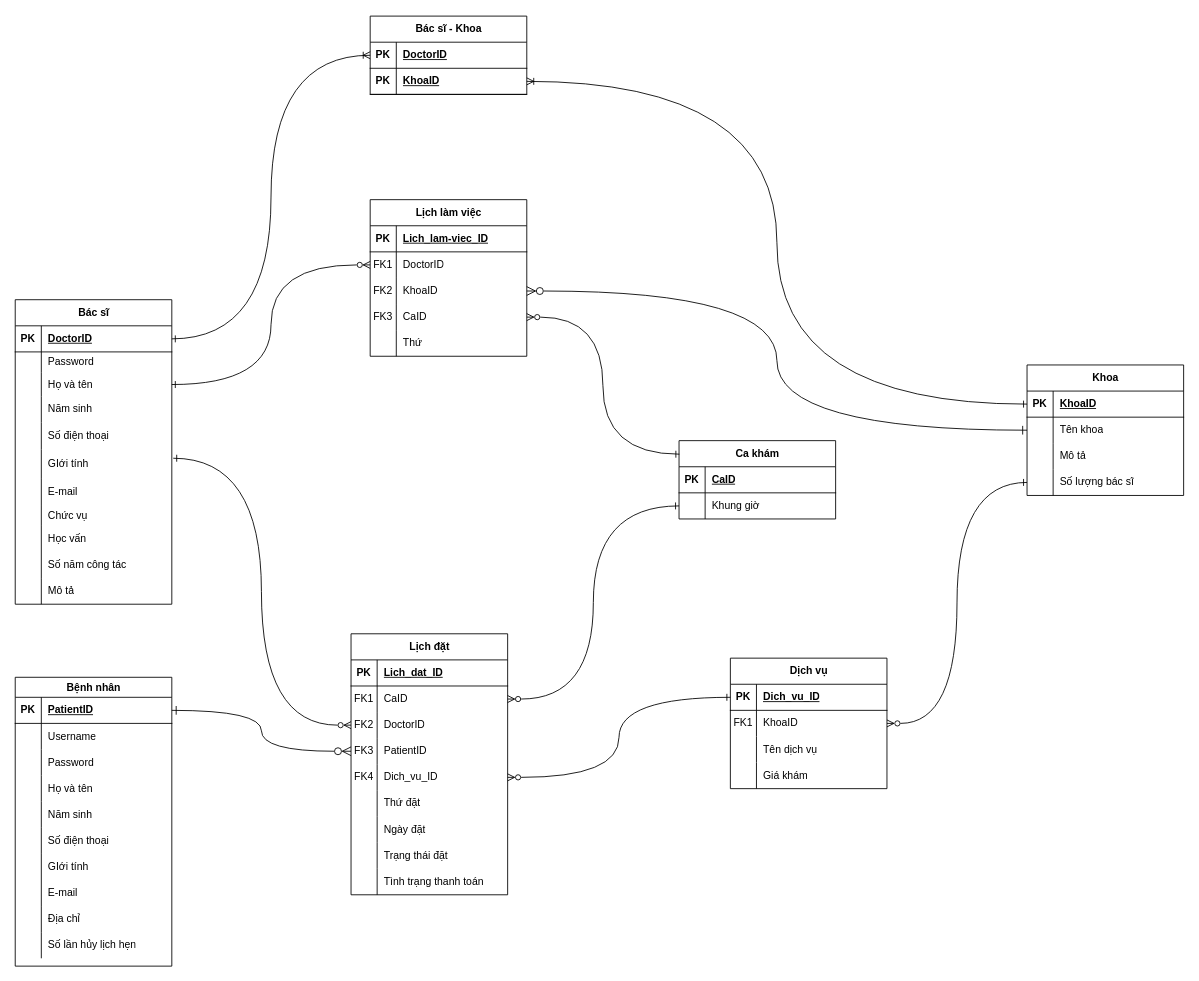
Before: Biểu đồ không có tiêu đề.drawio in ktoan911/Medical_scheduling_Web, a draw.io diagram. Source tidied: cells renumbered, new cells numbered last; positions are measured from the earlier drawing's top-left corner, leaving out a move shared by most shapes. Both pictures are drawn from the tidied source at 87%, with x=0, y=0 at pixel (15, 16).
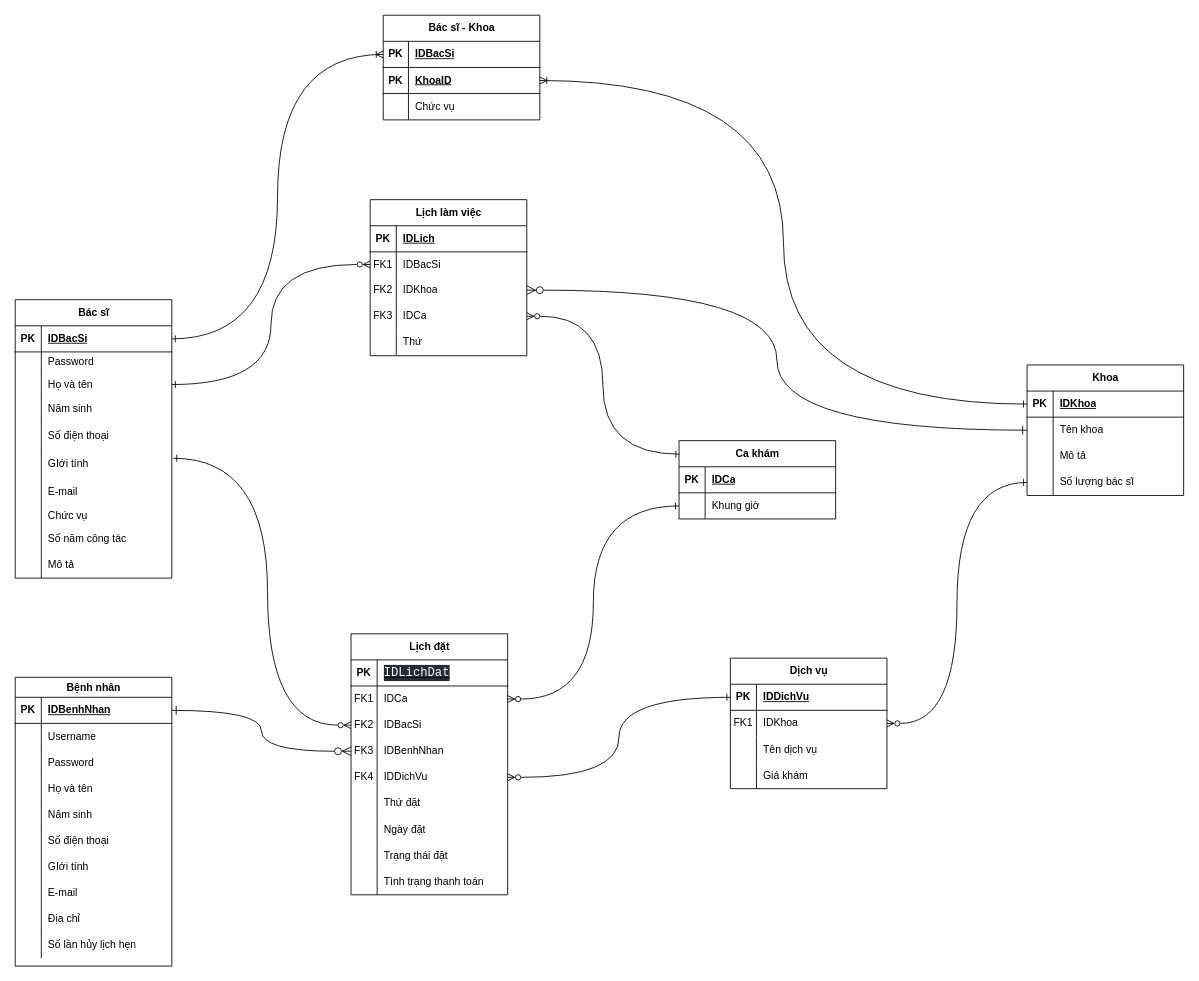
The same diagram, later.

Unchanged cells that the change refers to:
```xml
<mxCell id="3" style="shape=tableRow;horizontal=0;startSize=0;swimlaneHead=0;swimlaneBody=0;fillColor=none;points=[[0,0.5],[1,0.5]];portConstraint=eastwest;top=0;left=0;right=0;bottom=1;" parent="2" vertex="1">
  <mxGeometry y="30" width="180" height="30" as="geometry" />
</mxCell>
<mxCell id="18" style="shape=tableRow;horizontal=0;startSize=0;swimlaneHead=0;swimlaneBody=0;fillColor=none;points=[[0,0.5],[1,0.5]];portConstraint=eastwest;top=0;left=0;right=0;bottom=0;" parent="2" vertex="1">
  <mxGeometry y="172" width="180" height="34" as="geometry" />
</mxCell>
<mxCell id="37" style="shape=tableRow;horizontal=0;startSize=0;swimlaneHead=0;swimlaneBody=0;fillColor=none;points=[[0,0.5],[1,0.5]];portConstraint=eastwest;top=0;left=0;right=0;bottom=1;" parent="36" vertex="1">
  <mxGeometry y="23" width="180" height="30" as="geometry" />
</mxCell>
<mxCell id="68" style="shape=tableRow;horizontal=0;startSize=0;swimlaneHead=0;swimlaneBody=0;fillColor=none;top=0;left=0;right=0;bottom=1;" parent="67" vertex="1">
  <mxGeometry y="30" width="180" height="30" as="geometry" />
</mxCell>
<mxCell id="75" style="shape=tableRow;horizontal=0;startSize=0;swimlaneHead=0;swimlaneBody=0;fillColor=none;top=0;left=0;right=0;bottom=1;" parent="74" vertex="1">
  <mxGeometry y="30" width="180" height="30" as="geometry" />
</mxCell>
<mxCell id="91" style="shape=tableRow;horizontal=0;startSize=0;swimlaneHead=0;swimlaneBody=0;fillColor=none;top=0;left=0;right=0;bottom=1;" parent="90" vertex="1">
  <mxGeometry y="30" width="180" height="30" as="geometry" />
</mxCell>
<mxCell id="94" style="shape=tableRow;horizontal=0;startSize=0;swimlaneHead=0;swimlaneBody=0;fillColor=none;points=[[0,0.5],[1,0.5]];portConstraint=eastwest;top=0;left=0;right=0;bottom=0;" parent="90" vertex="1">
  <mxGeometry y="60" width="180" height="30" as="geometry" />
</mxCell>
<mxCell id="97" style="shape=tableRow;horizontal=0;startSize=0;swimlaneHead=0;swimlaneBody=0;fillColor=none;points=[[0,0.5],[1,0.5]];portConstraint=eastwest;top=0;left=0;right=0;bottom=0;" parent="90" vertex="1">
  <mxGeometry y="90" width="180" height="30" as="geometry" />
</mxCell>
<mxCell id="100" style="shape=tableRow;horizontal=0;startSize=0;swimlaneHead=0;swimlaneBody=0;fillColor=none;points=[[0,0.5],[1,0.5]];portConstraint=eastwest;top=0;left=0;right=0;bottom=0;" parent="90" vertex="1">
  <mxGeometry y="120" width="180" height="30" as="geometry" />
</mxCell>
<mxCell id="103" style="shape=tableRow;horizontal=0;startSize=0;swimlaneHead=0;swimlaneBody=0;fillColor=none;points=[[0,0.5],[1,0.5]];portConstraint=eastwest;top=0;left=0;right=0;bottom=0;" parent="90" vertex="1">
  <mxGeometry y="150" width="180" height="30" as="geometry" />
</mxCell>
<mxCell id="119" style="shape=tableRow;horizontal=0;startSize=0;swimlaneHead=0;swimlaneBody=0;fillColor=none;points=[[0,0.5],[1,0.5]];portConstraint=eastwest;top=0;left=0;right=0;bottom=1;" parent="118" vertex="1">
  <mxGeometry y="30" width="180" height="30" as="geometry" />
</mxCell>
<mxCell id="122" style="shape=tableRow;horizontal=0;startSize=0;swimlaneHead=0;swimlaneBody=0;fillColor=none;points=[[0,0.5],[1,0.5]];portConstraint=eastwest;top=0;left=0;right=0;bottom=0;" parent="118" vertex="1">
  <mxGeometry y="60" width="180" height="30" as="geometry" />
</mxCell>
<mxCell id="132" style="shape=tableRow;horizontal=0;startSize=0;swimlaneHead=0;swimlaneBody=0;fillColor=none;points=[[0,0.5],[1,0.5]];portConstraint=eastwest;top=0;left=0;right=0;bottom=1;" parent="131" vertex="1">
  <mxGeometry y="30" width="180" height="30" as="geometry" />
</mxCell>
```

Change to the diagram source:
```diff
@@
     <mxCell id="2" value="Bác sĩ" style="shape=table;startSize=30;childLayout=tableLayout;rowLines=0;fontStyle=1;align=center;html=1;" parent="1" vertex="1">
-      <mxGeometry y="326" width="180" height="350" as="geometry" />
+      <mxGeometry y="326" width="180" height="320" as="geometry" />
     </mxCell>
@@
-    <mxCell id="5" value="DoctorID" style="shape=partialRectangle;fillColor=none;top=0;left=0;bottom=0;right=0;align=left;spacingLeft=6;fontStyle=5;overflow=hidden;whiteSpace=wrap;html=1;" parent="3" vertex="1">
+    <mxCell id="5" value="IDBacSi" style="shape=partialRectangle;fillColor=none;top=0;left=0;bottom=0;right=0;align=left;spacingLeft=6;fontStyle=5;overflow=hidden;whiteSpace=wrap;html=1;" parent="3" vertex="1">
       <mxGeometry x="30" width="150" height="30" as="geometry" />
     </mxCell>
@@
-    <mxCell id="27" style="shape=tableRow;horizontal=0;startSize=0;swimlaneHead=0;swimlaneBody=0;fillColor=none;top=0;left=0;right=0;bottom=0;" parent="2" vertex="1">
-      <mxGeometry y="260" width="180" height="30" as="geometry" />
-    </mxCell>
-    <mxCell id="28" style="shape=partialRectangle;fillColor=none;top=0;left=0;bottom=0;right=0;overflow=hidden;whiteSpace=wrap;html=1;" parent="27" vertex="1">
-      <mxGeometry width="30" height="30" as="geometry" />
-    </mxCell>
-    <mxCell id="29" value="Học vấn" style="shape=partialRectangle;fillColor=none;top=0;left=0;bottom=0;right=0;align=left;spacingLeft=6;overflow=hidden;whiteSpace=wrap;html=1;" parent="27" vertex="1">
-      <mxGeometry x="30" width="150" height="30" as="geometry" />
-    </mxCell>
     <mxCell id="30" style="shape=tableRow;horizontal=0;startSize=0;swimlaneHead=0;swimlaneBody=0;fillColor=none;top=0;left=0;right=0;bottom=0;" parent="2" vertex="1">
-      <mxGeometry y="290" width="180" height="30" as="geometry" />
+      <mxGeometry y="260" width="180" height="30" as="geometry" />
     </mxCell>
@@
     <mxCell id="33" style="shape=tableRow;horizontal=0;startSize=0;swimlaneHead=0;swimlaneBody=0;fillColor=none;top=0;left=0;right=0;bottom=0;" parent="2" vertex="1">
-      <mxGeometry y="320" width="180" height="30" as="geometry" />
+      <mxGeometry y="290" width="180" height="30" as="geometry" />
     </mxCell>
@@
-    <mxCell id="39" value="PatientID" style="shape=partialRectangle;fillColor=none;top=0;left=0;bottom=0;right=0;align=left;spacingLeft=6;fontStyle=5;overflow=hidden;whiteSpace=wrap;html=1;" parent="37" vertex="1">
+    <mxCell id="39" value="IDBenhNhan" style="shape=partialRectangle;fillColor=none;top=0;left=0;bottom=0;right=0;align=left;spacingLeft=6;fontStyle=5;overflow=hidden;whiteSpace=wrap;html=1;" parent="37" vertex="1">
       <mxGeometry x="30" width="150" height="30" as="geometry" />
     </mxCell>
@@
-    <mxCell id="70" value="CaID" style="shape=partialRectangle;fillColor=none;top=0;left=0;bottom=0;right=0;align=left;spacingLeft=6;fontStyle=5;overflow=hidden;whiteSpace=wrap;html=1;" parent="68" vertex="1">
+    <mxCell id="70" value="IDCa" style="shape=partialRectangle;fillColor=none;top=0;left=0;bottom=0;right=0;align=left;spacingLeft=6;fontStyle=5;overflow=hidden;whiteSpace=wrap;html=1;" parent="68" vertex="1">
       <mxGeometry x="30" width="150" height="30" as="geometry" />
     </mxCell>
@@
     <mxCell id="74" value="Lịch làm việc" style="shape=table;startSize=30;childLayout=tableLayout;rowLines=0;fontStyle=1;align=center;html=1;" parent="1" vertex="1">
-      <mxGeometry x="408" y="211" width="180" height="180" as="geometry" />
+      <mxGeometry x="408" y="211" width="180" height="179.4" as="geometry" />
     </mxCell>
@@
-    <mxCell id="77" value="Lich_lam-viec_ID" style="shape=partialRectangle;fillColor=none;top=0;left=0;bottom=0;right=0;align=left;spacingLeft=6;fontStyle=5;overflow=hidden;whiteSpace=wrap;html=1;" parent="75" vertex="1">
+    <mxCell id="77" value="IDLich" style="shape=partialRectangle;fillColor=none;top=0;left=0;bottom=0;right=0;align=left;spacingLeft=6;fontStyle=5;overflow=hidden;whiteSpace=wrap;html=1;" parent="75" vertex="1">
       <mxGeometry x="30" width="150" height="30" as="geometry" />
     </mxCell>
     <mxCell id="78" style="shape=tableRow;horizontal=0;startSize=0;swimlaneHead=0;swimlaneBody=0;fillColor=none;points=[[0,0.5],[1,0.5]];portConstraint=eastwest;top=0;left=0;right=0;bottom=0;" parent="74" vertex="1">
-      <mxGeometry y="60" width="180" height="30" as="geometry" />
+      <mxGeometry y="60" width="180" height="29" as="geometry" />
     </mxCell>
     <mxCell id="79" value="FK1" style="shape=partialRectangle;fillColor=none;top=0;left=0;bottom=0;right=0;overflow=hidden;whiteSpace=wrap;html=1;" parent="78" vertex="1">
-      <mxGeometry width="30" height="30" as="geometry" />
+      <mxGeometry width="30" height="29" as="geometry" />
     </mxCell>
-    <mxCell id="80" value="DoctorID" style="shape=partialRectangle;fillColor=none;top=0;left=0;bottom=0;right=0;align=left;spacingLeft=6;overflow=hidden;whiteSpace=wrap;html=1;" parent="78" vertex="1">
-      <mxGeometry x="30" width="150" height="30" as="geometry" />
+    <mxCell id="80" value="IDBacSi" style="shape=partialRectangle;fillColor=none;top=0;left=0;bottom=0;right=0;align=left;spacingLeft=6;overflow=hidden;whiteSpace=wrap;html=1;" parent="78" vertex="1">
+      <mxGeometry x="30" width="150" height="29" as="geometry" />
     </mxCell>
     <mxCell id="81" style="shape=tableRow;horizontal=0;startSize=0;swimlaneHead=0;swimlaneBody=0;fillColor=none;points=[[0,0.5],[1,0.5]];portConstraint=eastwest;top=0;left=0;right=0;bottom=0;" parent="74" vertex="1">
-      <mxGeometry y="90" width="180" height="30" as="geometry" />
+      <mxGeometry y="89" width="180" height="30" as="geometry" />
     </mxCell>
@@
-    <mxCell id="83" value="KhoaID" style="shape=partialRectangle;fillColor=none;top=0;left=0;bottom=0;right=0;align=left;spacingLeft=6;overflow=hidden;whiteSpace=wrap;html=1;" parent="81" vertex="1">
+    <mxCell id="83" value="IDKhoa" style="shape=partialRectangle;fillColor=none;top=0;left=0;bottom=0;right=0;align=left;spacingLeft=6;overflow=hidden;whiteSpace=wrap;html=1;" parent="81" vertex="1">
       <mxGeometry x="30" width="150" height="30" as="geometry" />
     </mxCell>
     <mxCell id="84" style="shape=tableRow;horizontal=0;startSize=0;swimlaneHead=0;swimlaneBody=0;fillColor=none;points=[[0,0.5],[1,0.5]];portConstraint=eastwest;top=0;left=0;right=0;bottom=0;" parent="74" vertex="1">
-      <mxGeometry y="120" width="180" height="30" as="geometry" />
+      <mxGeometry y="119" width="180" height="30" as="geometry" />
     </mxCell>
@@
-    <mxCell id="86" value="CaID" style="shape=partialRectangle;fillColor=none;top=0;left=0;bottom=0;right=0;align=left;spacingLeft=6;overflow=hidden;whiteSpace=wrap;html=1;" parent="84" vertex="1">
+    <mxCell id="86" value="IDCa" style="shape=partialRectangle;fillColor=none;top=0;left=0;bottom=0;right=0;align=left;spacingLeft=6;overflow=hidden;whiteSpace=wrap;html=1;" parent="84" vertex="1">
       <mxGeometry x="30" width="150" height="30" as="geometry" />
     </mxCell>
     <mxCell id="87" style="shape=tableRow;horizontal=0;startSize=0;swimlaneHead=0;swimlaneBody=0;fillColor=none;top=0;left=0;right=0;bottom=0;" parent="74" vertex="1">
-      <mxGeometry y="150" width="180" height="30" as="geometry" />
+      <mxGeometry y="149" width="180" height="30" as="geometry" />
     </mxCell>
@@
-    <mxCell id="93" value="Lich_dat_ID" style="shape=partialRectangle;fillColor=none;top=0;left=0;bottom=0;right=0;align=left;spacingLeft=6;fontStyle=5;overflow=hidden;whiteSpace=wrap;html=1;" parent="91" vertex="1">
+    <mxCell id="93" value="&lt;div style=&quot;color: rgb(248, 248, 242); background-color: rgb(40, 42, 54); font-family: Consolas, &amp;quot;Courier New&amp;quot;, monospace; font-weight: normal; font-size: 14px; line-height: 19px;&quot;&gt;IDLichDat&lt;/div&gt;" style="shape=partialRectangle;fillColor=none;top=0;left=0;bottom=0;right=0;align=left;spacingLeft=6;fontStyle=5;overflow=hidden;whiteSpace=wrap;html=1;" parent="91" vertex="1">
       <mxGeometry x="30" width="150" height="30" as="geometry" />
     </mxCell>
@@
-    <mxCell id="96" value="CaID" style="shape=partialRectangle;fillColor=none;top=0;left=0;bottom=0;right=0;align=left;spacingLeft=6;overflow=hidden;whiteSpace=wrap;html=1;" parent="94" vertex="1">
+    <mxCell id="96" value="IDCa" style="shape=partialRectangle;fillColor=none;top=0;left=0;bottom=0;right=0;align=left;spacingLeft=6;overflow=hidden;whiteSpace=wrap;html=1;" parent="94" vertex="1">
       <mxGeometry x="30" width="150" height="30" as="geometry" />
     </mxCell>
@@
-    <mxCell id="99" value="DoctorID" style="shape=partialRectangle;fillColor=none;top=0;left=0;bottom=0;right=0;align=left;spacingLeft=6;overflow=hidden;whiteSpace=wrap;html=1;" parent="97" vertex="1">
+    <mxCell id="99" value="IDBacSi" style="shape=partialRectangle;fillColor=none;top=0;left=0;bottom=0;right=0;align=left;spacingLeft=6;overflow=hidden;whiteSpace=wrap;html=1;" parent="97" vertex="1">
       <mxGeometry x="30" width="150" height="30" as="geometry" />
     </mxCell>
@@
-    <mxCell id="102" value="PatientID" style="shape=partialRectangle;fillColor=none;top=0;left=0;bottom=0;right=0;align=left;spacingLeft=6;overflow=hidden;whiteSpace=wrap;html=1;" parent="100" vertex="1">
+    <mxCell id="102" value="IDBenhNhan" style="shape=partialRectangle;fillColor=none;top=0;left=0;bottom=0;right=0;align=left;spacingLeft=6;overflow=hidden;whiteSpace=wrap;html=1;" parent="100" vertex="1">
       <mxGeometry x="30" width="150" height="30" as="geometry" />
     </mxCell>
@@
-    <mxCell id="105" value="Dich_vu_ID" style="shape=partialRectangle;fillColor=none;top=0;left=0;bottom=0;right=0;align=left;spacingLeft=6;overflow=hidden;whiteSpace=wrap;html=1;" parent="103" vertex="1">
+    <mxCell id="105" value="IDDichVu" style="shape=partialRectangle;fillColor=none;top=0;left=0;bottom=0;right=0;align=left;spacingLeft=6;overflow=hidden;whiteSpace=wrap;html=1;" parent="103" vertex="1">
       <mxGeometry x="30" width="150" height="30" as="geometry" />
     </mxCell>
@@
-    <mxCell id="121" value="Dich_vu_ID" style="shape=partialRectangle;fillColor=none;top=0;left=0;bottom=0;right=0;align=left;spacingLeft=6;fontStyle=5;overflow=hidden;whiteSpace=wrap;html=1;" parent="119" vertex="1">
+    <mxCell id="121" value="IDDichVu" style="shape=partialRectangle;fillColor=none;top=0;left=0;bottom=0;right=0;align=left;spacingLeft=6;fontStyle=5;overflow=hidden;whiteSpace=wrap;html=1;" parent="119" vertex="1">
       <mxGeometry x="30" width="150" height="30" as="geometry" />
     </mxCell>
@@
-    <mxCell id="124" value="KhoaID" style="shape=partialRectangle;fillColor=none;top=0;left=0;bottom=0;right=0;align=left;spacingLeft=6;overflow=hidden;whiteSpace=wrap;html=1;" parent="122" vertex="1">
+    <mxCell id="124" value="IDKhoa" style="shape=partialRectangle;fillColor=none;top=0;left=0;bottom=0;right=0;align=left;spacingLeft=6;overflow=hidden;whiteSpace=wrap;html=1;" parent="122" vertex="1">
       <mxGeometry x="30" width="150" height="30" as="geometry" />
     </mxCell>
@@
-    <mxCell id="134" value="KhoaID" style="shape=partialRectangle;fillColor=none;top=0;left=0;bottom=0;right=0;align=left;spacingLeft=6;fontStyle=5;overflow=hidden;whiteSpace=wrap;html=1;" parent="132" vertex="1">
+    <mxCell id="134" value="IDKhoa" style="shape=partialRectangle;fillColor=none;top=0;left=0;bottom=0;right=0;align=left;spacingLeft=6;fontStyle=5;overflow=hidden;whiteSpace=wrap;html=1;" parent="132" vertex="1">
       <mxGeometry x="30" width="150" height="30" as="geometry" />
     </mxCell>
@@
-    <mxCell id="144" value="Bác sĩ - Khoa" style="shape=table;startSize=30;childLayout=tableLayout;rowLines=0;fontStyle=1;align=center;html=1;" parent="1" vertex="1">
-      <mxGeometry x="408" width="180" height="90" as="geometry" />
-    </mxCell>
-    <mxCell id="145" style="shape=tableRow;horizontal=0;startSize=0;swimlaneHead=0;swimlaneBody=0;fillColor=none;points=[[0,0.5],[1,0.5]];portConstraint=eastwest;top=0;left=0;right=0;bottom=1;" parent="144" vertex="1">
-      <mxGeometry y="30" width="180" height="30" as="geometry" />
-    </mxCell>
-    <mxCell id="146" value="PK" style="shape=partialRectangle;fillColor=none;top=0;left=0;bottom=0;right=0;fontStyle=1;overflow=hidden;whiteSpace=wrap;html=1;" parent="145" vertex="1">
-      <mxGeometry width="30" height="30" as="geometry" />
-    </mxCell>
-    <mxCell id="147" value="DoctorID" style="shape=partialRectangle;fillColor=none;top=0;left=0;bottom=0;right=0;align=left;spacingLeft=6;fontStyle=5;overflow=hidden;whiteSpace=wrap;html=1;" parent="145" vertex="1">
-      <mxGeometry x="30" width="150" height="30" as="geometry" />
-    </mxCell>
-    <mxCell id="148" style="shape=tableRow;horizontal=0;startSize=0;swimlaneHead=0;swimlaneBody=0;fillColor=none;points=[[0,0.5],[1,0.5]];portConstraint=eastwest;top=0;left=0;right=0;bottom=1;" parent="144" vertex="1">
-      <mxGeometry y="60" width="180" height="30" as="geometry" />
-    </mxCell>
-    <mxCell id="149" value="PK" style="shape=partialRectangle;fillColor=none;top=0;left=0;bottom=0;right=0;fontStyle=1;overflow=hidden;whiteSpace=wrap;html=1;" parent="148" vertex="1">
-      <mxGeometry width="30" height="30" as="geometry" />
-    </mxCell>
-    <mxCell id="150" value="KhoaID" style="shape=partialRectangle;fillColor=none;top=0;left=0;bottom=0;right=0;align=left;spacingLeft=6;fontStyle=5;overflow=hidden;whiteSpace=wrap;html=1;" parent="148" vertex="1">
-      <mxGeometry x="30" width="150" height="30" as="geometry" />
-    </mxCell>
@@
     <mxCell id="153" style="edgeStyle=orthogonalEdgeStyle;rounded=0;jettySize=auto;html=1;exitX=1.009;exitY=0.3;exitDx=0;exitDy=0;entryX=0;entryY=0.5;entryDx=0;entryDy=0;curved=1;startArrow=ERone;startFill=0;endArrow=ERzeroToMany;endFill=0;exitPerimeter=0;" parent="1" edge="1" source="18" target="97">
-      <mxGeometry relative="1" as="geometry" />
+      <mxGeometry relative="1" as="geometry">
+        <Array as="points">
+          <mxPoint x="290" y="508" />
+          <mxPoint x="290" y="815" />
+        </Array>
+      </mxGeometry>
     </mxCell>
@@
-    <mxCell id="160" style="edgeStyle=orthogonalEdgeStyle;rounded=0;jettySize=auto;html=1;exitX=0;exitY=0.5;exitDx=0;exitDy=0;entryX=1;entryY=0.5;entryDx=0;entryDy=0;startArrow=ERone;startFill=0;endArrow=ERoneToMany;endFill=0;curved=1;" parent="1" edge="1" source="132" target="148">
+    <mxCell id="160" style="edgeStyle=orthogonalEdgeStyle;rounded=0;jettySize=auto;html=1;exitX=0;exitY=0.5;exitDx=0;exitDy=0;startArrow=ERone;startFill=0;endArrow=ERoneToMany;endFill=0;curved=1;entryX=1;entryY=0.5;entryDx=0;entryDy=0;" parent="1" edge="1" source="132" target="148">
       <mxGeometry relative="1" as="geometry" />
     </mxCell>
+    <mxCell id="144" value="Bác sĩ - Khoa" style="shape=table;startSize=30;childLayout=tableLayout;rowLines=0;fontStyle=1;align=center;html=1;" parent="1" vertex="1">
+      <mxGeometry x="423" y="-1" width="180" height="120.3" as="geometry" />
+    </mxCell>
+    <mxCell id="145" style="shape=tableRow;horizontal=0;startSize=0;swimlaneHead=0;swimlaneBody=0;fillColor=none;points=[[0,0.5],[1,0.5]];portConstraint=eastwest;top=0;left=0;right=0;bottom=1;" parent="144" vertex="1">
+      <mxGeometry y="30" width="180" height="30" as="geometry" />
+    </mxCell>
+    <mxCell id="161" value="PK" style="shape=partialRectangle;fillColor=none;top=0;left=0;bottom=0;right=0;fontStyle=1;overflow=hidden;whiteSpace=wrap;html=1;" parent="145" vertex="1">
+      <mxGeometry width="29" height="30" as="geometry" />
+    </mxCell>
+    <mxCell id="162" value="IDBacSi" style="shape=partialRectangle;fillColor=none;top=0;left=0;bottom=0;right=0;align=left;spacingLeft=6;fontStyle=5;overflow=hidden;whiteSpace=wrap;html=1;" parent="145" vertex="1">
+      <mxGeometry x="29" width="151" height="30" as="geometry" />
+    </mxCell>
+    <mxCell id="148" style="shape=tableRow;horizontal=0;startSize=0;swimlaneHead=0;swimlaneBody=0;fillColor=none;points=[[0,0.5],[1,0.5]];portConstraint=eastwest;top=0;left=0;right=0;bottom=1;" parent="144" vertex="1">
+      <mxGeometry y="60" width="180" height="30" as="geometry" />
+    </mxCell>
+    <mxCell id="163" value="PK" style="shape=partialRectangle;fillColor=none;top=0;left=0;bottom=0;right=0;fontStyle=1;overflow=hidden;whiteSpace=wrap;html=1;" parent="148" vertex="1">
+      <mxGeometry width="29" height="30" as="geometry" />
+    </mxCell>
+    <mxCell id="150" value="KhoaID" style="shape=partialRectangle;fillColor=none;top=0;left=0;bottom=0;right=0;align=left;spacingLeft=6;fontStyle=5;overflow=hidden;whiteSpace=wrap;html=1;" parent="148" vertex="1">
+      <mxGeometry x="29" width="151" height="30" as="geometry" />
+    </mxCell>
+    <mxCell id="164" style="shape=tableRow;horizontal=0;startSize=0;swimlaneHead=0;swimlaneBody=0;fillColor=none;top=0;left=0;right=0;bottom=0;" parent="144" vertex="1">
+      <mxGeometry y="90" width="180" height="30" as="geometry" />
+    </mxCell>
+    <mxCell id="165" style="shape=partialRectangle;fillColor=none;top=0;left=0;bottom=0;right=0;overflow=hidden;whiteSpace=wrap;html=1;" parent="164" vertex="1">
+      <mxGeometry width="29" height="30" as="geometry" />
+    </mxCell>
+    <mxCell id="166" value="Chức vụ" style="shape=partialRectangle;fillColor=none;top=0;left=0;bottom=0;right=0;align=left;spacingLeft=6;overflow=hidden;whiteSpace=wrap;html=1;" parent="164" vertex="1">
+      <mxGeometry x="29" width="151" height="30" as="geometry" />
+    </mxCell>
```
